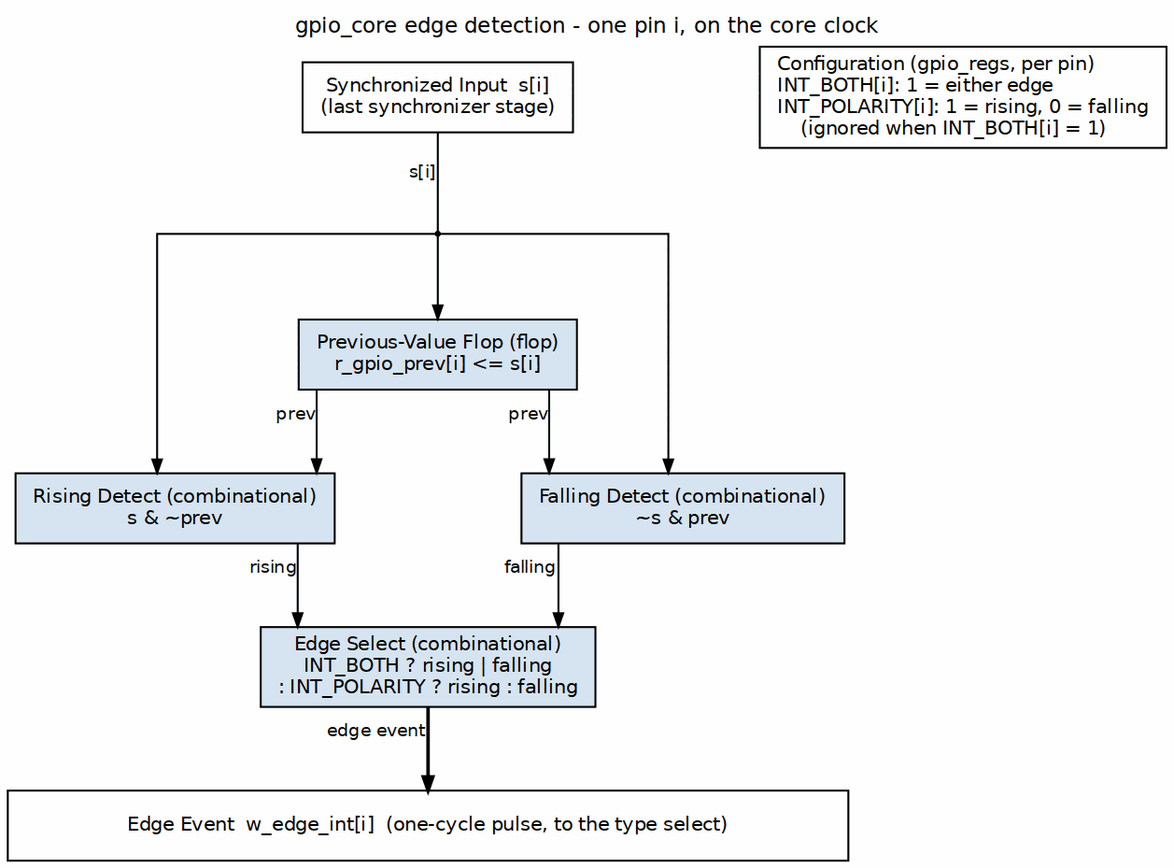
Before: projects/components/legacy-ip/retro_legacy_blocks/docs/gpio_mas/assets/graphviz/gpio_edge_detect.png, a diagram exported from Graphviz (sean-galloway/RTLDesignSherpa). Its source is kept beside it as projects/components/legacy-ip/retro_legacy_blocks/docs/gpio_mas/assets/graphviz/gpio_edge_detect.dot. Source of this version:
```dot
digraph gpio_edge_detect {
    graph [rankdir=TB, bgcolor="white", fontname="Helvetica", fontsize=11,
           nodesep="0.45", ranksep="0.60", splines=ortho, newrank=true,
           label="gpio_core edge detection - one pin i, on the core clock",
           labelloc=t, labeljust=c];
    node  [fontname="Helvetica", fontsize=10, shape=box, style=filled,
           fillcolor="#D6E4F0", color="black", margin="0.12,0.06"];
    edge  [fontname="Helvetica", fontsize=9, color="black", arrowsize=0.7];

    s    [label="Synchronized Input  s[i]\n(last synchronizer stage)", fillcolor="white"];
    leg  [fillcolor="white", label="Configuration (gpio_regs, per pin)\lINT_BOTH[i]: 1 = either edge\lINT_POLARITY[i]: 1 = rising, 0 = falling\l    (ignored when INT_BOTH[i] = 1)\l"];
    prev [label="Previous-Value Flop (flop)\nr_gpio_prev[i] <= s[i]"];
    rise [label="Rising Detect (combinational)\ns & ~prev"];
    fall [label="Falling Detect (combinational)\n~s & prev"];
    sel  [label="Edge Select (combinational)\nINT_BOTH ? rising | falling\n: INT_POLARITY ? rising : falling"];
    bar  [label="Edge Event  w_edge_int[i]  (one-cycle pulse, to the type select)", fillcolor="white", width=6.0];

    p_s [shape=point, width=0.03];
    s -> p_s [arrowhead=none, headclip=false, xlabel="s[i]"];
    p_s -> prev [tailclip=false];
    p_s -> rise [tailclip=false];
    p_s -> fall [tailclip=false];
    prev -> rise [xlabel="prev"];
    prev -> fall [xlabel="prev"];
    rise -> sel [xlabel="rising"];
    fall -> sel [xlabel="falling"];
    sel -> bar [penwidth=1.8, xlabel="edge event"];

    { rank=same; s; leg; }
    s -> leg [style=invis, minlen=3];
    { rank=same; rise; fall; }
    rise -> fall [style=invis, minlen=3];
}
```
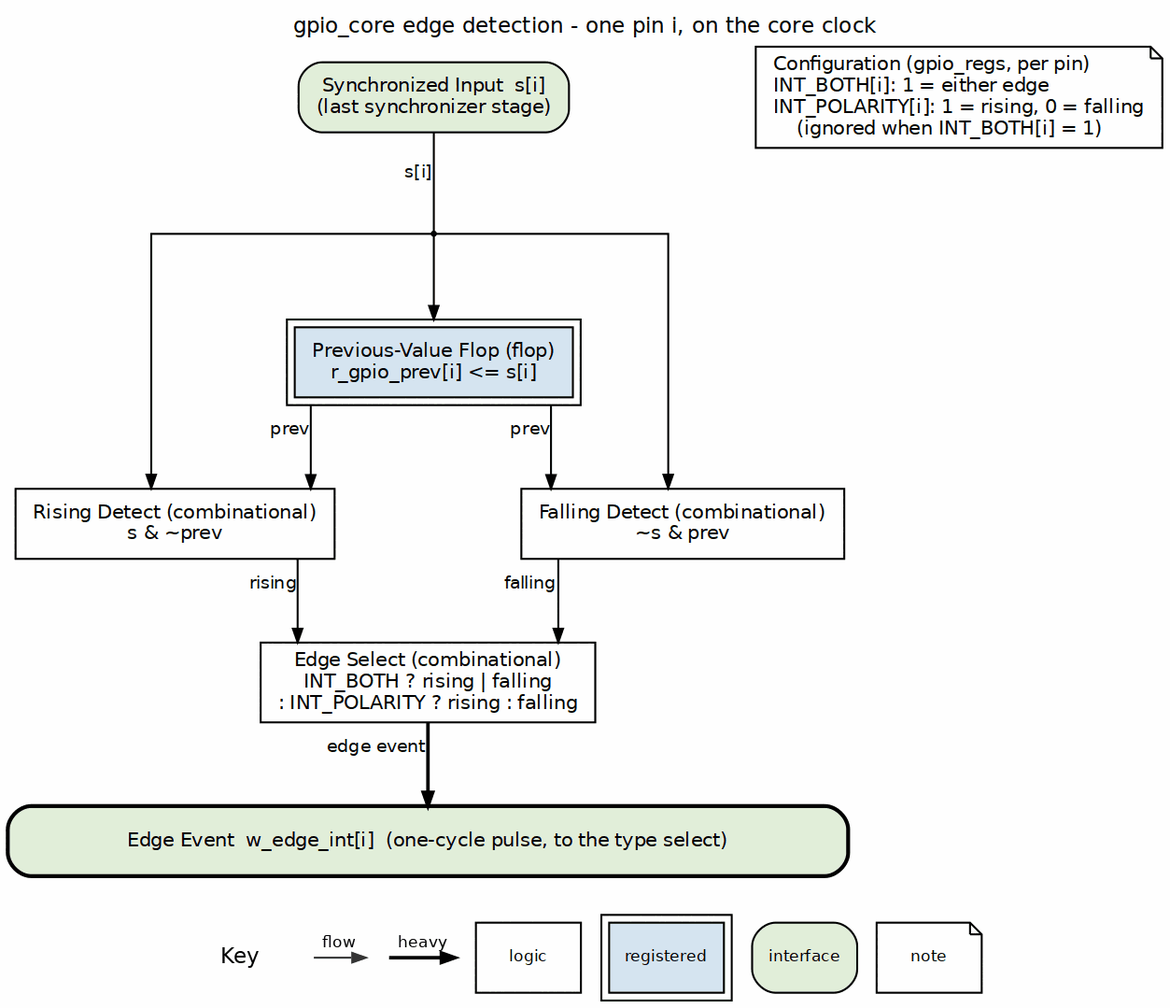
Later version of the same file.

What changed in the source:
```diff
@@ -4,16 +4,16 @@
            label="gpio_core edge detection - one pin i, on the core clock",
            labelloc=t, labeljust=c];
     node  [fontname="Helvetica", fontsize=10, shape=box, style=filled,
-           fillcolor="#D6E4F0", color="black", margin="0.12,0.06"];
+           fillcolor="white", color="black", margin="0.12,0.06"];
     edge  [fontname="Helvetica", fontsize=9, color="black", arrowsize=0.7];
 
-    s    [label="Synchronized Input  s[i]\n(last synchronizer stage)", fillcolor="white"];
-    leg  [fillcolor="white", label="Configuration (gpio_regs, per pin)\lINT_BOTH[i]: 1 = either edge\lINT_POLARITY[i]: 1 = rising, 0 = falling\l    (ignored when INT_BOTH[i] = 1)\l"];
-    prev [label="Previous-Value Flop (flop)\nr_gpio_prev[i] <= s[i]"];
-    rise [label="Rising Detect (combinational)\ns & ~prev"];
-    fall [label="Falling Detect (combinational)\n~s & prev"];
-    sel  [label="Edge Select (combinational)\nINT_BOTH ? rising | falling\n: INT_POLARITY ? rising : falling"];
-    bar  [label="Edge Event  w_edge_int[i]  (one-cycle pulse, to the type select)", fillcolor="white", width=6.0];
+    s    [label="Synchronized Input  s[i]\n(last synchronizer stage)", fillcolor="white", style="rounded,filled", fillcolor="#E2EFDA"];
+    leg  [fillcolor="white", label="Configuration (gpio_regs, per pin)\lINT_BOTH[i]: 1 = either edge\lINT_POLARITY[i]: 1 = rising, 0 = falling\l    (ignored when INT_BOTH[i] = 1)\l", shape=note];
+    prev [label="Previous-Value Flop (flop)\nr_gpio_prev[i] <= s[i]", peripheries=2, style="filled", fillcolor="#D6E4F0"];
+    rise [label="Rising Detect (combinational)\ns & ~prev", style="filled", fillcolor="white"];
+    fall [label="Falling Detect (combinational)\n~s & prev", style="filled", fillcolor="white"];
+    sel  [label="Edge Select (combinational)\nINT_BOTH ? rising | falling\n: INT_POLARITY ? rising : falling", style="filled", fillcolor="white"];
+    bar  [label="Edge Event  w_edge_int[i]  (one-cycle pulse, to the type select)", fillcolor="white", width=6.0, style="rounded,filled,bold", fillcolor="#E2EFDA"];
 
     p_s [shape=point, width=0.03];
     s -> p_s [arrowhead=none, headclip=false, xlabel="s[i]"];
```
